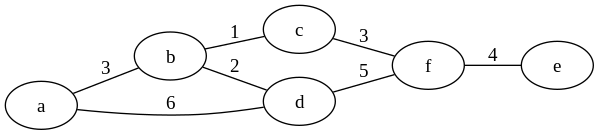
Before: lab5/viz/graph.png, a diagram exported from Graphviz (Danielnotuser/Aisd). Its source is kept beside it as lab5/viz/graph.dot.
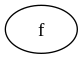
After the change.

What changed in the source:
```diff
@@ -1,17 +1,5 @@
 digraph Net_graph {
 rankdir=LR;
 edge[dir=none];
-"a";
-"a"->"b"[label="3"]
-"a"->"d"[label="6"]
-"b";
-"b"->"c"[label="1"]
-"b"->"d"[label="2"]
-"c";
-"c"->"f"[label="3"]
-"d";
-"d"->"f"[label="5"]
-"e";
 "f";
-"f"->"e"[label="4"]
 }
```
